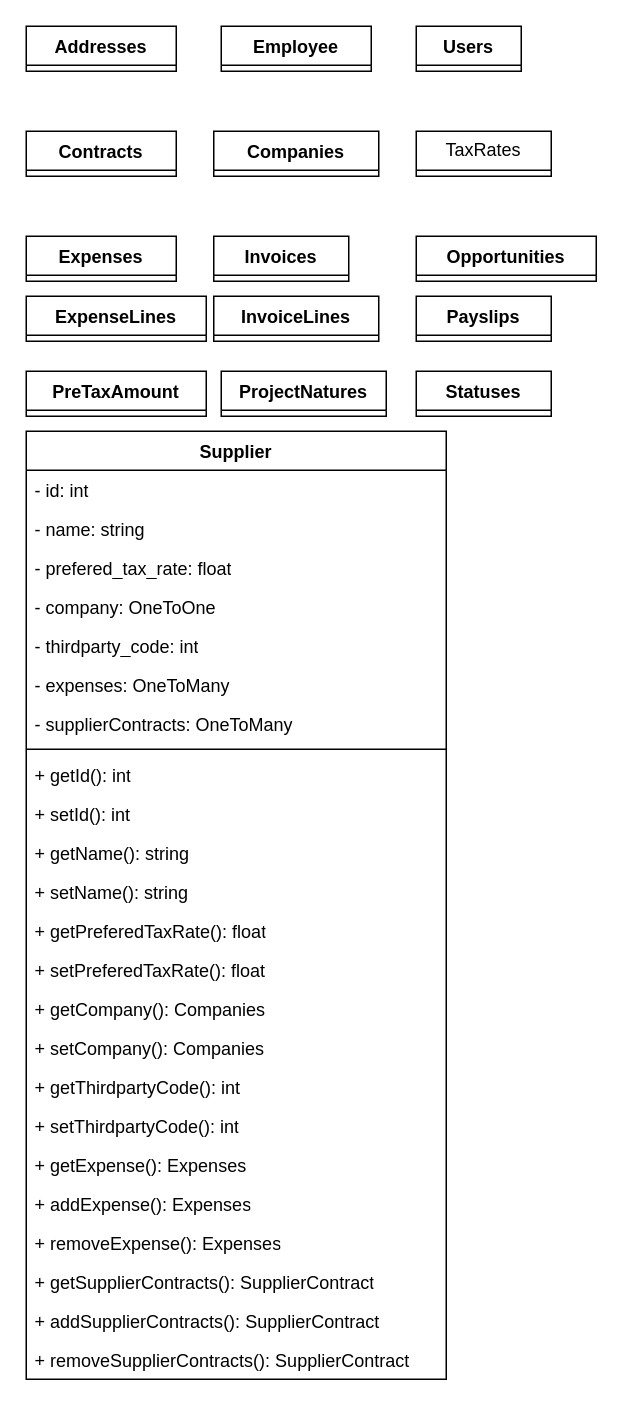
The draw.io diagram Diagramme sans nom.drawio in Eaulmesse/upit_erp_dev, before the edit. Source tidied: cells renumbered, new cells numbered last; positions are measured from the earlier drawing's top-left corner, leaving out a move shared by most shapes. Both pictures are drawn from the tidied source at 150%, with x=0, y=0 at pixel (26, 26).
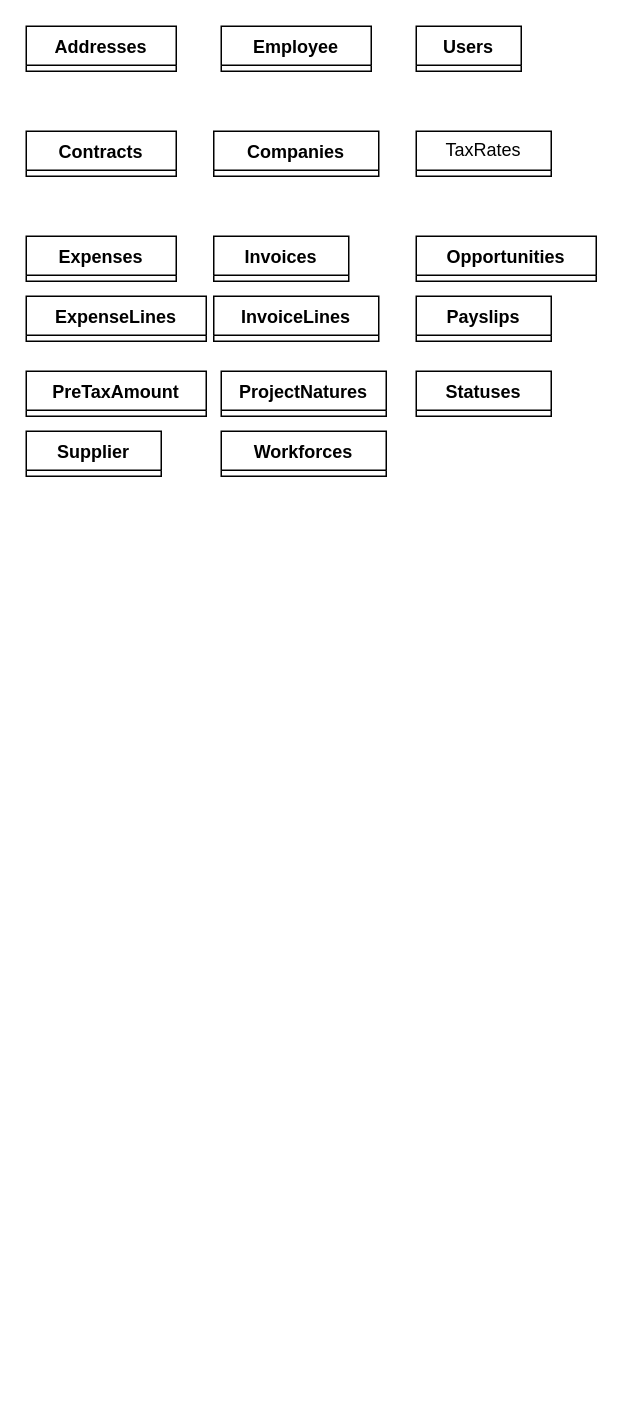
Above is the later version.

Commit message:
Workforces Block

The edit, as a diff of the source:
```diff
@@
-    <mxCell id="17" value="Supplier" style="swimlane;fontStyle=1;align=center;verticalAlign=top;horizontal=1;startSize=26;whiteSpace=wrap;html=1;" parent="1" vertex="1">
-      <mxGeometry y="270" width="280" height="632" as="geometry" />
+    <mxCell id="17" value="Supplier" style="swimlane;fontStyle=1;align=center;verticalAlign=top;horizontal=1;startSize=26;whiteSpace=wrap;html=1;" parent="1" vertex="1" collapsed="1">
+      <mxGeometry y="270" width="90" height="30" as="geometry" />
     </mxCell>
-    <mxCell id="18" value="- id: int" style="text;strokeColor=none;fillColor=none;align=left;verticalAlign=top;spacingLeft=4;spacingRight=4;overflow=hidden;whiteSpace=wrap;html=1;" parent="17" vertex="1">
-      <mxGeometry y="26" width="280" height="26" as="geometry" />
-    </mxCell>
-    <mxCell id="19" value="- name: string" style="text;strokeColor=none;fillColor=none;align=left;verticalAlign=top;spacingLeft=4;spacingRight=4;overflow=hidden;whiteSpace=wrap;html=1;" parent="17" vertex="1">
-      <mxGeometry y="52" width="280" height="26" as="geometry" />
-    </mxCell>
-    <mxCell id="20" value="- prefered_tax_rate: float" style="text;strokeColor=none;fillColor=none;align=left;verticalAlign=top;spacingLeft=4;spacingRight=4;overflow=hidden;whiteSpace=wrap;html=1;" parent="17" vertex="1">
-      <mxGeometry y="78" width="280" height="26" as="geometry" />
-    </mxCell>
-    <mxCell id="21" value="- company: OneToOne" style="text;strokeColor=none;fillColor=none;align=left;verticalAlign=top;spacingLeft=4;spacingRight=4;overflow=hidden;whiteSpace=wrap;html=1;" parent="17" vertex="1">
-      <mxGeometry y="104" width="280" height="26" as="geometry" />
-    </mxCell>
-    <mxCell id="22" value="- thirdparty_code: int" style="text;strokeColor=none;fillColor=none;align=left;verticalAlign=top;spacingLeft=4;spacingRight=4;overflow=hidden;whiteSpace=wrap;html=1;" parent="17" vertex="1">
-      <mxGeometry y="130" width="280" height="26" as="geometry" />
-    </mxCell>
-    <mxCell id="23" value="- expenses: OneToMany" style="text;strokeColor=none;fillColor=none;align=left;verticalAlign=top;spacingLeft=4;spacingRight=4;overflow=hidden;whiteSpace=wrap;html=1;" parent="17" vertex="1">
-      <mxGeometry y="156" width="280" height="26" as="geometry" />
-    </mxCell>
-    <mxCell id="24" value="- supplierContracts: OneToMany" style="text;strokeColor=none;fillColor=none;align=left;verticalAlign=top;spacingLeft=4;spacingRight=4;overflow=hidden;whiteSpace=wrap;html=1;" parent="17" vertex="1">
-      <mxGeometry y="182" width="280" height="26" as="geometry" />
-    </mxCell>
-    <mxCell id="25" style="line;strokeWidth=1;fillColor=none;align=left;verticalAlign=middle;spacingTop=-1;spacingLeft=3;spacingRight=3;labelPosition=right;strokeColor=inherit;" parent="17" vertex="1">
-      <mxGeometry y="208" width="280" height="8" as="geometry" />
-    </mxCell>
-    <mxCell id="26" value="+&amp;nbsp;getId&lt;span style=&quot;background-color: initial;&quot;&gt;(): int&lt;/span&gt;" style="text;strokeColor=none;fillColor=none;align=left;verticalAlign=top;spacingLeft=4;spacingRight=4;overflow=hidden;whiteSpace=wrap;html=1;" parent="17" vertex="1">
-      <mxGeometry y="216" width="280" height="26" as="geometry" />
-    </mxCell>
-    <mxCell id="27" value="+ setId&lt;span style=&quot;background-color: initial;&quot;&gt;(): int&lt;/span&gt;" style="text;strokeColor=none;fillColor=none;align=left;verticalAlign=top;spacingLeft=4;spacingRight=4;overflow=hidden;whiteSpace=wrap;html=1;" parent="17" vertex="1">
-      <mxGeometry y="242" width="280" height="26" as="geometry" />
-    </mxCell>
-    <mxCell id="28" value="+&amp;nbsp;getName&lt;span style=&quot;background-color: initial;&quot;&gt;(): string&lt;/span&gt;" style="text;strokeColor=none;fillColor=none;align=left;verticalAlign=top;spacingLeft=4;spacingRight=4;overflow=hidden;whiteSpace=wrap;html=1;" parent="17" vertex="1">
-      <mxGeometry y="268" width="280" height="26" as="geometry" />
-    </mxCell>
-    <mxCell id="29" value="+ setName&lt;span style=&quot;background-color: initial;&quot;&gt;(): string&lt;/span&gt;" style="text;strokeColor=none;fillColor=none;align=left;verticalAlign=top;spacingLeft=4;spacingRight=4;overflow=hidden;whiteSpace=wrap;html=1;" parent="17" vertex="1">
-      <mxGeometry y="294" width="280" height="26" as="geometry" />
-    </mxCell>
-    <mxCell id="30" value="+&amp;nbsp;getPreferedTaxRate&lt;span style=&quot;background-color: initial;&quot;&gt;(): float&lt;/span&gt;" style="text;strokeColor=none;fillColor=none;align=left;verticalAlign=top;spacingLeft=4;spacingRight=4;overflow=hidden;whiteSpace=wrap;html=1;" parent="17" vertex="1">
-      <mxGeometry y="320" width="280" height="26" as="geometry" />
-    </mxCell>
-    <mxCell id="31" value="+ setPreferedTaxRate&lt;span style=&quot;background-color: initial;&quot;&gt;(): float&lt;/span&gt;" style="text;strokeColor=none;fillColor=none;align=left;verticalAlign=top;spacingLeft=4;spacingRight=4;overflow=hidden;whiteSpace=wrap;html=1;" parent="17" vertex="1">
-      <mxGeometry y="346" width="280" height="26" as="geometry" />
-    </mxCell>
-    <mxCell id="32" value="+&amp;nbsp;getCompany&lt;span style=&quot;background-color: initial;&quot;&gt;(): Companies&lt;/span&gt;" style="text;strokeColor=none;fillColor=none;align=left;verticalAlign=top;spacingLeft=4;spacingRight=4;overflow=hidden;whiteSpace=wrap;html=1;" parent="17" vertex="1">
-      <mxGeometry y="372" width="280" height="26" as="geometry" />
-    </mxCell>
-    <mxCell id="33" value="+ setCompany&lt;span style=&quot;background-color: initial;&quot;&gt;(): Companies&lt;/span&gt;" style="text;strokeColor=none;fillColor=none;align=left;verticalAlign=top;spacingLeft=4;spacingRight=4;overflow=hidden;whiteSpace=wrap;html=1;" parent="17" vertex="1">
-      <mxGeometry y="398" width="280" height="26" as="geometry" />
-    </mxCell>
-    <mxCell id="34" value="+&amp;nbsp;getThirdpartyCode&lt;span style=&quot;background-color: initial;&quot;&gt;(): int&lt;/span&gt;" style="text;strokeColor=none;fillColor=none;align=left;verticalAlign=top;spacingLeft=4;spacingRight=4;overflow=hidden;whiteSpace=wrap;html=1;" parent="17" vertex="1">
-      <mxGeometry y="424" width="280" height="26" as="geometry" />
-    </mxCell>
-    <mxCell id="35" value="+ setThirdpartyCode&lt;span style=&quot;background-color: initial;&quot;&gt;(): int&lt;/span&gt;" style="text;strokeColor=none;fillColor=none;align=left;verticalAlign=top;spacingLeft=4;spacingRight=4;overflow=hidden;whiteSpace=wrap;html=1;" parent="17" vertex="1">
-      <mxGeometry y="450" width="280" height="26" as="geometry" />
-    </mxCell>
-    <mxCell id="36" value="+ getExpense&lt;span style=&quot;background-color: initial;&quot;&gt;(): Expenses&lt;/span&gt;" style="text;strokeColor=none;fillColor=none;align=left;verticalAlign=top;spacingLeft=4;spacingRight=4;overflow=hidden;whiteSpace=wrap;html=1;" parent="17" vertex="1">
-      <mxGeometry y="476" width="280" height="26" as="geometry" />
-    </mxCell>
-    <mxCell id="37" value="+ addExpense&lt;span style=&quot;background-color: initial;&quot;&gt;(): Expenses&lt;/span&gt;" style="text;strokeColor=none;fillColor=none;align=left;verticalAlign=top;spacingLeft=4;spacingRight=4;overflow=hidden;whiteSpace=wrap;html=1;" parent="17" vertex="1">
-      <mxGeometry y="502" width="280" height="26" as="geometry" />
-    </mxCell>
-    <mxCell id="38" value="+ removeExpense&lt;span style=&quot;background-color: initial;&quot;&gt;(): Expenses&lt;/span&gt;" style="text;strokeColor=none;fillColor=none;align=left;verticalAlign=top;spacingLeft=4;spacingRight=4;overflow=hidden;whiteSpace=wrap;html=1;" parent="17" vertex="1">
-      <mxGeometry y="528" width="280" height="26" as="geometry" />
-    </mxCell>
-    <mxCell id="39" value="+&amp;nbsp;getSupplierContracts&lt;span style=&quot;background-color: initial;&quot;&gt;():&amp;nbsp;&lt;/span&gt;SupplierContract" style="text;strokeColor=none;fillColor=none;align=left;verticalAlign=top;spacingLeft=4;spacingRight=4;overflow=hidden;whiteSpace=wrap;html=1;" parent="17" vertex="1">
-      <mxGeometry y="554" width="280" height="26" as="geometry" />
-    </mxCell>
-    <mxCell id="40" value="+ addSupplierContracts&lt;span style=&quot;background-color: initial;&quot;&gt;():&amp;nbsp;&lt;/span&gt;SupplierContract" style="text;strokeColor=none;fillColor=none;align=left;verticalAlign=top;spacingLeft=4;spacingRight=4;overflow=hidden;whiteSpace=wrap;html=1;" parent="17" vertex="1">
-      <mxGeometry y="580" width="280" height="26" as="geometry" />
-    </mxCell>
-    <mxCell id="41" value="+ removeSupplierContracts&lt;span style=&quot;background-color: initial;&quot;&gt;():&amp;nbsp;&lt;/span&gt;SupplierContract" style="text;strokeColor=none;fillColor=none;align=left;verticalAlign=top;spacingLeft=4;spacingRight=4;overflow=hidden;whiteSpace=wrap;html=1;" parent="17" vertex="1">
-      <mxGeometry y="606" width="280" height="26" as="geometry" />
-    </mxCell>
+    <mxCell id="42" value="Workforces" style="swimlane;fontStyle=1;align=center;verticalAlign=top;horizontal=1;startSize=26;whiteSpace=wrap;html=1;" parent="1" vertex="1" collapsed="1">
+      <mxGeometry x="130" y="270" width="110" height="30" as="geometry" />
+    </mxCell>
```
